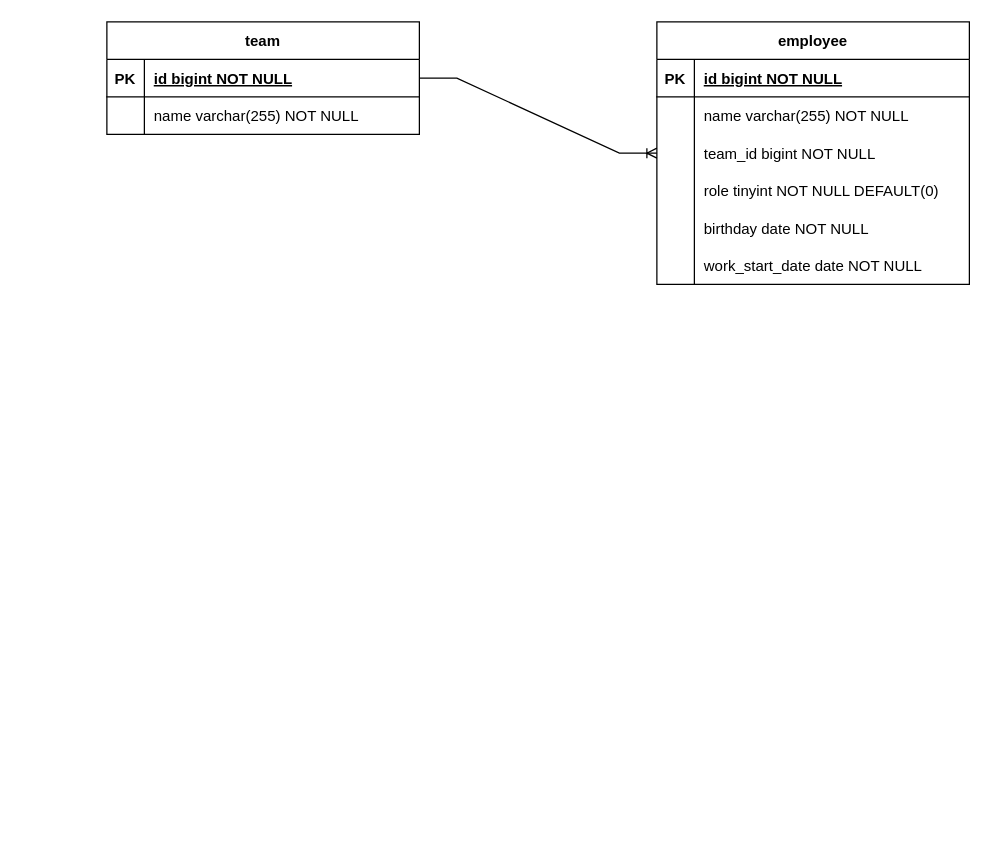
Above: mini-project/document/ERD.drawio in HyeongSeop-Kim/warming-up-study-assignment (draw.io), before the change. Source tidied: cells renumbered, new cells numbered last; positions are measured from the earlier drawing's top-left corner, leaving out a move shared by most shapes. Both pictures are drawn from the tidied source at 125%, with x=0, y=0 at pixel (106, 21).
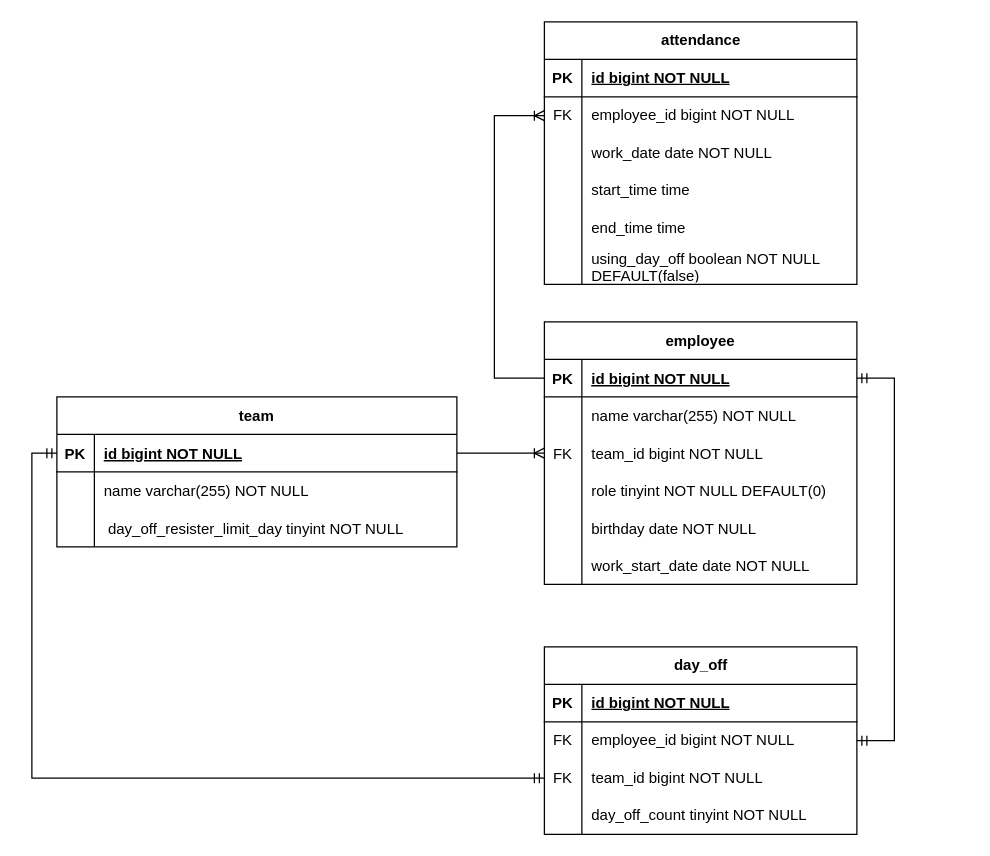
Above is the later version.

Unchanged cells that the change refers to:
```xml
<mxCell id="10" style="shape=partialRectangle;fillColor=none;points=[[0,0.5],[1,0.5]];portConstraint=eastwest;top=0;left=0;right=0;bottom=1;" parent="9" vertex="1">
  <mxGeometry y="30" width="250" height="30" as="geometry" />
</mxCell>
<mxCell id="16" style="shape=partialRectangle;fillColor=none;points=[[0,0.5],[1,0.5]];portConstraint=eastwest;top=0;left=0;right=0;bottom=0;" parent="9" vertex="1">
  <mxGeometry y="90" width="250" height="30" as="geometry" />
</mxCell>
```

The edit, as a diff of the source:
```diff
@@
     <mxCell id="2" value="team" style="shape=table;startSize=30;childLayout=tableLayout;rowLines=0;fontStyle=1;align=center;" parent="1" vertex="1">
-      <mxGeometry width="250" height="90" as="geometry" />
+      <mxGeometry x="-40" y="300" width="320" height="120" as="geometry" />
     </mxCell>
     <mxCell id="3" style="shape=partialRectangle;fillColor=none;points=[[0,0.5],[1,0.5]];portConstraint=eastwest;top=0;left=0;right=0;bottom=1;" parent="2" vertex="1">
-      <mxGeometry y="30" width="250" height="30" as="geometry" />
+      <mxGeometry y="30" width="320" height="30" as="geometry" />
     </mxCell>
@@
     <mxCell id="5" value="id bigint NOT NULL " style="shape=partialRectangle;overflow=hidden;fillColor=none;top=0;left=0;bottom=0;right=0;align=left;spacingLeft=6;fontStyle=5;" parent="3" vertex="1">
-      <mxGeometry x="30" width="220" height="30" as="geometry" />
+      <mxGeometry x="30" width="290" height="30" as="geometry" />
     </mxCell>
+    <mxCell id="29" style="shape=partialRectangle;fillColor=none;top=0;left=0;right=0;bottom=0;" parent="2" vertex="1">
+      <mxGeometry y="60" width="320" height="30" as="geometry" />
+    </mxCell>
+    <mxCell id="30" style="shape=partialRectangle;overflow=hidden;fillColor=none;top=0;left=0;bottom=0;right=0;" parent="29" vertex="1">
+      <mxGeometry width="30" height="30" as="geometry" />
+    </mxCell>
+    <mxCell id="31" value="name varchar(255) NOT NULL" style="shape=partialRectangle;overflow=hidden;fillColor=none;top=0;left=0;bottom=0;right=0;align=left;spacingLeft=6;" parent="29" vertex="1">
+      <mxGeometry x="30" width="290" height="30" as="geometry" />
+    </mxCell>
     <mxCell id="6" style="shape=partialRectangle;fillColor=none;top=0;left=0;right=0;bottom=0;" parent="2" vertex="1">
-      <mxGeometry y="60" width="250" height="30" as="geometry" />
+      <mxGeometry y="90" width="320" height="30" as="geometry" />
     </mxCell>
@@
-    <mxCell id="8" value="name varchar(255) NOT NULL" style="shape=partialRectangle;overflow=hidden;fillColor=none;top=0;left=0;bottom=0;right=0;align=left;spacingLeft=6;" parent="6" vertex="1">
-      <mxGeometry x="30" width="220" height="30" as="geometry" />
+    <mxCell id="8" value=" day_off_resister_limit_day tinyint NOT NULL" style="shape=partialRectangle;overflow=hidden;fillColor=none;top=0;left=0;bottom=0;right=0;align=left;spacingLeft=6;" parent="6" vertex="1">
+      <mxGeometry x="30" width="290" height="30" as="geometry" />
     </mxCell>
     <mxCell id="9" value="employee" style="shape=table;startSize=30;childLayout=tableLayout;rowLines=0;fontStyle=1;align=center;" parent="1" vertex="1">
-      <mxGeometry x="440" width="250" height="210" as="geometry" />
+      <mxGeometry x="350" y="240" width="250" height="210" as="geometry" />
     </mxCell>
@@
-    <mxCell id="17" style="shape=partialRectangle;overflow=hidden;fillColor=none;top=0;left=0;bottom=0;right=0;" parent="16" vertex="1">
+    <mxCell id="17" value="FK" style="shape=partialRectangle;overflow=hidden;fillColor=none;top=0;left=0;bottom=0;right=0;" parent="16" vertex="1">
       <mxGeometry width="30" height="30" as="geometry" />
     </mxCell>
@@
+    <mxCell id="32" value="attendance" style="shape=table;startSize=30;childLayout=tableLayout;rowLines=0;fontStyle=1;align=center;html=1;" parent="1" vertex="1">
+      <mxGeometry x="350" width="250" height="210" as="geometry" />
+    </mxCell>
+    <mxCell id="33" style="shape=tableRow;horizontal=0;startSize=0;swimlaneHead=0;swimlaneBody=0;fillColor=none;top=0;left=0;right=0;bottom=1;" parent="32" vertex="1">
+      <mxGeometry y="30" width="250" height="30" as="geometry" />
+    </mxCell>
+    <mxCell id="34" value="PK" style="shape=partialRectangle;fillColor=none;top=0;left=0;bottom=0;right=0;fontStyle=1;overflow=hidden;whiteSpace=wrap;html=1;" parent="33" vertex="1">
+      <mxGeometry width="30" height="30" as="geometry" />
+    </mxCell>
+    <mxCell id="35" value="id bigint NOT NULL" style="shape=partialRectangle;fillColor=none;top=0;left=0;bottom=0;right=0;align=left;spacingLeft=6;fontStyle=5;overflow=hidden;whiteSpace=wrap;html=1;" parent="33" vertex="1">
+      <mxGeometry x="30" width="220" height="30" as="geometry" />
+    </mxCell>
+    <mxCell id="36" style="shape=tableRow;horizontal=0;startSize=0;swimlaneHead=0;swimlaneBody=0;fillColor=none;points=[[0,0.5],[1,0.5]];portConstraint=eastwest;top=0;left=0;right=0;bottom=0;" parent="32" vertex="1">
+      <mxGeometry y="60" width="250" height="30" as="geometry" />
+    </mxCell>
+    <mxCell id="37" value="FK" style="shape=partialRectangle;fillColor=none;top=0;left=0;bottom=0;right=0;overflow=hidden;whiteSpace=wrap;html=1;" parent="36" vertex="1">
+      <mxGeometry width="30" height="30" as="geometry" />
+    </mxCell>
+    <mxCell id="38" value="employee_id bigint NOT NULL" style="shape=partialRectangle;fillColor=none;top=0;left=0;bottom=0;right=0;align=left;spacingLeft=6;overflow=hidden;whiteSpace=wrap;html=1;" parent="36" vertex="1">
+      <mxGeometry x="30" width="220" height="30" as="geometry" />
+    </mxCell>
+    <mxCell id="39" style="shape=tableRow;horizontal=0;startSize=0;swimlaneHead=0;swimlaneBody=0;fillColor=none;top=0;left=0;right=0;bottom=0;" parent="32" vertex="1">
+      <mxGeometry y="90" width="250" height="30" as="geometry" />
+    </mxCell>
+    <mxCell id="40" style="shape=partialRectangle;fillColor=none;top=0;left=0;bottom=0;right=0;overflow=hidden;whiteSpace=wrap;html=1;" parent="39" vertex="1">
+      <mxGeometry width="30" height="30" as="geometry" />
+    </mxCell>
+    <mxCell id="41" value="work_date date NOT NULL&amp;nbsp;" style="shape=partialRectangle;fillColor=none;top=0;left=0;bottom=0;right=0;align=left;spacingLeft=6;overflow=hidden;whiteSpace=wrap;html=1;" parent="39" vertex="1">
+      <mxGeometry x="30" width="220" height="30" as="geometry" />
+    </mxCell>
+    <mxCell id="42" style="shape=tableRow;horizontal=0;startSize=0;swimlaneHead=0;swimlaneBody=0;fillColor=none;top=0;left=0;right=0;bottom=0;" parent="32" vertex="1">
+      <mxGeometry y="120" width="250" height="30" as="geometry" />
+    </mxCell>
+    <mxCell id="43" style="shape=partialRectangle;fillColor=none;top=0;left=0;bottom=0;right=0;overflow=hidden;whiteSpace=wrap;html=1;" parent="42" vertex="1">
+      <mxGeometry width="30" height="30" as="geometry" />
+    </mxCell>
+    <mxCell id="44" value="start_time time" style="shape=partialRectangle;fillColor=none;top=0;left=0;bottom=0;right=0;align=left;spacingLeft=6;overflow=hidden;whiteSpace=wrap;html=1;" parent="42" vertex="1">
+      <mxGeometry x="30" width="220" height="30" as="geometry" />
+    </mxCell>
+    <mxCell id="45" style="shape=tableRow;horizontal=0;startSize=0;swimlaneHead=0;swimlaneBody=0;fillColor=none;top=0;left=0;right=0;bottom=0;" parent="32" vertex="1">
+      <mxGeometry y="150" width="250" height="30" as="geometry" />
+    </mxCell>
+    <mxCell id="46" style="shape=partialRectangle;fillColor=none;top=0;left=0;bottom=0;right=0;overflow=hidden;whiteSpace=wrap;html=1;" parent="45" vertex="1">
+      <mxGeometry width="30" height="30" as="geometry" />
+    </mxCell>
+    <mxCell id="47" value="end_time time" style="shape=partialRectangle;fillColor=none;top=0;left=0;bottom=0;right=0;align=left;spacingLeft=6;overflow=hidden;whiteSpace=wrap;html=1;" parent="45" vertex="1">
+      <mxGeometry x="30" width="220" height="30" as="geometry" />
+    </mxCell>
+    <mxCell id="48" style="shape=tableRow;horizontal=0;startSize=0;swimlaneHead=0;swimlaneBody=0;fillColor=none;top=0;left=0;right=0;bottom=0;" parent="32" vertex="1">
+      <mxGeometry y="180" width="250" height="30" as="geometry" />
+    </mxCell>
+    <mxCell id="49" style="shape=partialRectangle;fillColor=none;top=0;left=0;bottom=0;right=0;overflow=hidden;whiteSpace=wrap;html=1;" parent="48" vertex="1">
+      <mxGeometry width="30" height="30" as="geometry" />
+    </mxCell>
+    <mxCell id="50" value="using_day_off boolean NOT NULL DEFAULT(false)" style="shape=partialRectangle;fillColor=none;top=0;left=0;bottom=0;right=0;align=left;spacingLeft=6;overflow=hidden;whiteSpace=wrap;html=1;" parent="48" vertex="1">
+      <mxGeometry x="30" width="220" height="30" as="geometry" />
+    </mxCell>
+    <mxCell id="51" style="edgeStyle=orthogonalEdgeStyle;fontSize=12;html=1;endArrow=ERoneToMany;rounded=0;entryX=0;entryY=0.5;entryDx=0;entryDy=0;exitX=0;exitY=0.5;exitDx=0;exitDy=0;" parent="1" edge="1" source="10" target="36">
+      <mxGeometry relative="1" as="geometry">
+        <Array as="points">
+          <mxPoint x="310" y="285" />
+          <mxPoint x="310" y="75" />
+        </Array>
+      </mxGeometry>
+    </mxCell>
+    <mxCell id="52" value="day_off" style="shape=table;startSize=30;childLayout=tableLayout;rowLines=0;fontStyle=1;align=center;html=1;" parent="1" vertex="1">
+      <mxGeometry x="350" y="500" width="250" height="150" as="geometry" />
+    </mxCell>
+    <mxCell id="53" style="shape=tableRow;horizontal=0;startSize=0;swimlaneHead=0;swimlaneBody=0;fillColor=none;top=0;left=0;right=0;bottom=1;" parent="52" vertex="1">
+      <mxGeometry y="30" width="250" height="30" as="geometry" />
+    </mxCell>
+    <mxCell id="54" value="PK" style="shape=partialRectangle;fillColor=none;top=0;left=0;bottom=0;right=0;fontStyle=1;overflow=hidden;whiteSpace=wrap;html=1;" parent="53" vertex="1">
+      <mxGeometry width="30" height="30" as="geometry" />
+    </mxCell>
+    <mxCell id="55" value="id bigint NOT NULL" style="shape=partialRectangle;fillColor=none;top=0;left=0;bottom=0;right=0;align=left;spacingLeft=6;fontStyle=5;overflow=hidden;whiteSpace=wrap;html=1;" parent="53" vertex="1">
+      <mxGeometry x="30" width="220" height="30" as="geometry" />
+    </mxCell>
+    <mxCell id="56" style="shape=tableRow;horizontal=0;startSize=0;swimlaneHead=0;swimlaneBody=0;fillColor=none;points=[[0,0.5],[1,0.5]];portConstraint=eastwest;top=0;left=0;right=0;bottom=0;" parent="52" vertex="1">
+      <mxGeometry y="60" width="250" height="30" as="geometry" />
+    </mxCell>
+    <mxCell id="57" value="FK" style="shape=partialRectangle;fillColor=none;top=0;left=0;bottom=0;right=0;overflow=hidden;whiteSpace=wrap;html=1;" parent="56" vertex="1">
+      <mxGeometry width="30" height="30" as="geometry" />
+    </mxCell>
+    <mxCell id="58" value="employee_id bigint NOT NULL" style="shape=partialRectangle;fillColor=none;top=0;left=0;bottom=0;right=0;align=left;spacingLeft=6;overflow=hidden;whiteSpace=wrap;html=1;" parent="56" vertex="1">
+      <mxGeometry x="30" width="220" height="30" as="geometry" />
+    </mxCell>
+    <mxCell id="59" style="shape=tableRow;horizontal=0;startSize=0;swimlaneHead=0;swimlaneBody=0;fillColor=none;points=[[0,0.5],[1,0.5]];portConstraint=eastwest;top=0;left=0;right=0;bottom=0;" parent="52" vertex="1">
+      <mxGeometry y="90" width="250" height="30" as="geometry" />
+    </mxCell>
+    <mxCell id="60" value="FK" style="shape=partialRectangle;fillColor=none;top=0;left=0;bottom=0;right=0;overflow=hidden;whiteSpace=wrap;html=1;" parent="59" vertex="1">
+      <mxGeometry width="30" height="30" as="geometry" />
+    </mxCell>
+    <mxCell id="61" value="team_id bigint NOT NULL" style="shape=partialRectangle;fillColor=none;top=0;left=0;bottom=0;right=0;align=left;spacingLeft=6;overflow=hidden;whiteSpace=wrap;html=1;" parent="59" vertex="1">
+      <mxGeometry x="30" width="220" height="30" as="geometry" />
+    </mxCell>
+    <mxCell id="62" style="shape=tableRow;horizontal=0;startSize=0;swimlaneHead=0;swimlaneBody=0;fillColor=none;top=0;left=0;right=0;bottom=0;" parent="52" vertex="1">
+      <mxGeometry y="120" width="250" height="30" as="geometry" />
+    </mxCell>
+    <mxCell id="63" style="shape=partialRectangle;fillColor=none;top=0;left=0;bottom=0;right=0;overflow=hidden;whiteSpace=wrap;html=1;" parent="62" vertex="1">
+      <mxGeometry width="30" height="30" as="geometry" />
+    </mxCell>
+    <mxCell id="64" value="day_off_count tinyint NOT NULL" style="shape=partialRectangle;fillColor=none;top=0;left=0;bottom=0;right=0;align=left;spacingLeft=6;overflow=hidden;whiteSpace=wrap;html=1;" parent="62" vertex="1">
+      <mxGeometry x="30" width="220" height="30" as="geometry" />
+    </mxCell>
+    <mxCell id="65" style="edgeStyle=entityRelationEdgeStyle;fontSize=12;html=1;endArrow=ERmandOne;startArrow=ERmandOne;rounded=0;exitX=1;exitY=0.5;exitDx=0;exitDy=0;entryX=1;entryY=0.5;entryDx=0;entryDy=0;" parent="1" edge="1" source="56" target="10">
+      <mxGeometry relative="1" as="geometry" />
+    </mxCell>
+    <mxCell id="66" style="edgeStyle=orthogonalEdgeStyle;fontSize=12;html=1;endArrow=ERmandOne;startArrow=ERmandOne;rounded=0;entryX=0;entryY=0.5;entryDx=0;entryDy=0;exitX=0;exitY=0.5;exitDx=0;exitDy=0;" parent="1" edge="1" source="59" target="3">
+      <mxGeometry relative="1" as="geometry">
+        <Array as="points">
+          <mxPoint x="-60" y="605" />
+          <mxPoint x="-60" y="345" />
+        </Array>
+      </mxGeometry>
+    </mxCell>
```
